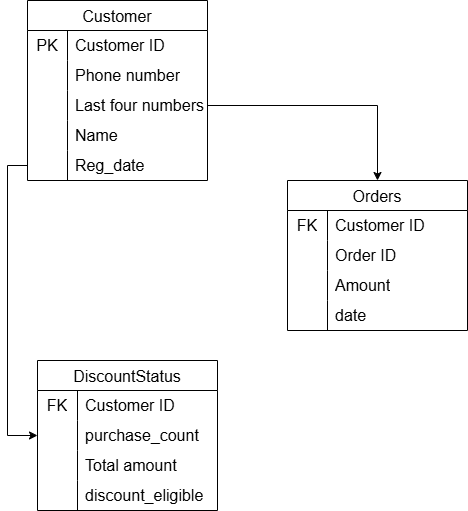
This is Namnlöst diagram.drawio.png from AhmadAbdulmutaleb/SmokeShopSystem, a draw.io export, as it was before one commit. Source tidied: cells renumbered, new cells last; positions are measured from the earlier drawing's top-left corner, leaving out a move shared by most shapes.
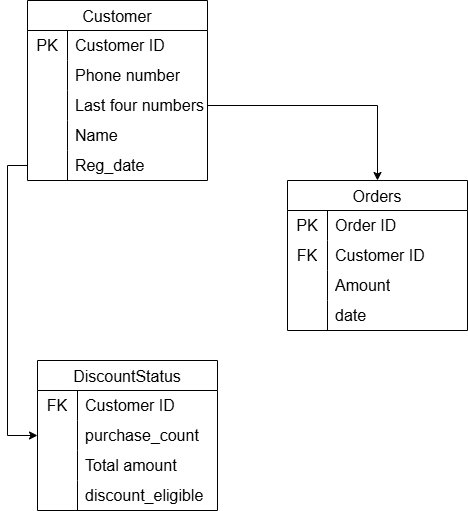
Above is the later version.

What changed in the source:
```diff
@@ -8,19 +8,19 @@
     <mxCell id="3" style="shape=tableRow;horizontal=0;startSize=0;swimlaneHead=0;swimlaneBody=0;top=0;left=0;bottom=0;right=0;fillColor=none;strokeColor=inherit;fontSize=16;" parent="2" vertex="1">
       <mxGeometry y="30" width="180" height="30" as="geometry" />
     </mxCell>
-    <mxCell id="4" value="FK" style="shape=partialRectangle;html=1;whiteSpace=wrap;fillColor=none;top=0;left=0;bottom=0;right=0;overflow=hidden;strokeColor=inherit;fontSize=16;" parent="3" vertex="1">
+    <mxCell id="4" value="PK" style="shape=partialRectangle;html=1;whiteSpace=wrap;fillColor=none;top=0;left=0;bottom=0;right=0;overflow=hidden;strokeColor=inherit;fontSize=16;" parent="3" vertex="1">
       <mxGeometry width="40" height="30" as="geometry" />
     </mxCell>
-    <mxCell id="5" value="Customer ID" style="shape=partialRectangle;html=1;whiteSpace=wrap;fillColor=none;top=0;left=0;bottom=0;right=0;align=left;spacingLeft=6;overflow=hidden;strokeColor=inherit;fontSize=16;" parent="3" vertex="1">
+    <mxCell id="5" value="Order ID" style="shape=partialRectangle;html=1;whiteSpace=wrap;fillColor=none;top=0;left=0;bottom=0;right=0;align=left;spacingLeft=6;overflow=hidden;strokeColor=inherit;fontSize=16;" parent="3" vertex="1">
       <mxGeometry x="40" width="140" height="30" as="geometry" />
     </mxCell>
     <mxCell id="6" style="shape=tableRow;horizontal=0;startSize=0;swimlaneHead=0;swimlaneBody=0;top=0;left=0;bottom=0;right=0;fillColor=none;strokeColor=inherit;fontSize=16;" parent="2" vertex="1">
       <mxGeometry y="60" width="180" height="30" as="geometry" />
     </mxCell>
-    <mxCell id="7" style="shape=partialRectangle;html=1;whiteSpace=wrap;fillColor=none;top=0;left=0;bottom=0;right=0;overflow=hidden;strokeColor=inherit;fontSize=16;" parent="6" vertex="1">
+    <mxCell id="7" value="FK" style="shape=partialRectangle;html=1;whiteSpace=wrap;fillColor=none;top=0;left=0;bottom=0;right=0;overflow=hidden;strokeColor=inherit;fontSize=16;" parent="6" vertex="1">
       <mxGeometry width="40" height="30" as="geometry" />
     </mxCell>
-    <mxCell id="8" value="Order ID" style="shape=partialRectangle;html=1;whiteSpace=wrap;fillColor=none;top=0;left=0;bottom=0;right=0;align=left;spacingLeft=6;overflow=hidden;strokeColor=inherit;fontSize=16;" parent="6" vertex="1">
+    <mxCell id="8" value="Customer ID" style="shape=partialRectangle;html=1;whiteSpace=wrap;fillColor=none;top=0;left=0;bottom=0;right=0;align=left;spacingLeft=6;overflow=hidden;strokeColor=inherit;fontSize=16;" parent="6" vertex="1">
       <mxGeometry x="40" width="140" height="30" as="geometry" />
     </mxCell>
     <mxCell id="9" style="shape=tableRow;horizontal=0;startSize=0;swimlaneHead=0;swimlaneBody=0;top=0;left=0;bottom=0;right=0;fillColor=none;strokeColor=inherit;fontSize=16;" parent="2" vertex="1">
```
